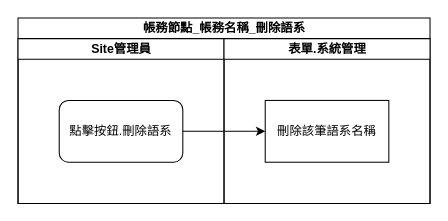
The draw.io diagram 8.10.0/UPDATE/ITEM_3/RTE/attachment/ProjectIndex_Corp_DeleteName.drawio in ArcareRD/sadocs, before the edit. Source tidied: cells renumbered, new cells numbered last; positions are measured from the earlier drawing's top-left corner, leaving out a move shared by most shapes. Both pictures are drawn from the tidied source at 103%, with x=0, y=0 at pixel (18, 18).
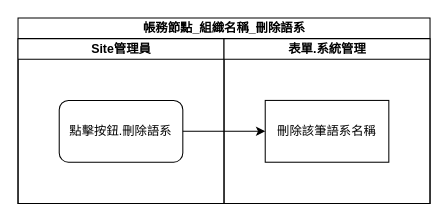
Above is the later version.

What changed in the source:
```diff
@@
 <mxGraphModel>
   <root>
     <mxCell id="0" />
     <mxCell id="1" parent="0" />
-    <mxCell id="2" value="帳務節點_帳務名稱_刪除語系" style="swimlane;html=1;startSize=20;" parent="1" vertex="1">
+    <mxCell id="2" value="帳務節點_組織名稱_刪除語系" style="swimlane;html=1;startSize=20;" parent="1" vertex="1">
       <mxGeometry width="400" height="180" as="geometry" />
     </mxCell>
     <mxCell id="3" value="Site管理員" style="swimlane;html=1;startSize=20;" parent="2" vertex="1">
       <mxGeometry y="20" width="200" height="160" as="geometry" />
     </mxCell>
     <mxCell id="4" value="點擊按鈕.刪除語系" style="rounded=1;whiteSpace=wrap;html=1;" parent="3" vertex="1">
       <mxGeometry x="40" y="60" width="120" height="60" as="geometry" />
     </mxCell>
     <mxCell id="5" value="表單.系統管理" style="swimlane;html=1;startSize=20;" parent="2" vertex="1">
       <mxGeometry x="200" y="20" width="200" height="160" as="geometry" />
     </mxCell>
     <mxCell id="6" value="刪除該筆語系名稱" style="rounded=0;whiteSpace=wrap;html=1;" parent="5" vertex="1">
       <mxGeometry x="40" y="60" width="120" height="60" as="geometry" />
     </mxCell>
     <mxCell id="7" style="edgeStyle=orthogonalEdgeStyle;rounded=0;jettySize=auto;html=1;exitX=1;exitY=0.5;exitDx=0;exitDy=0;entryX=0;entryY=0.5;entryDx=0;entryDy=0;" parent="2" edge="1" source="4" target="6">
       <mxGeometry relative="1" as="geometry" />
     </mxCell>
   </root>
 </mxGraphModel>
```
